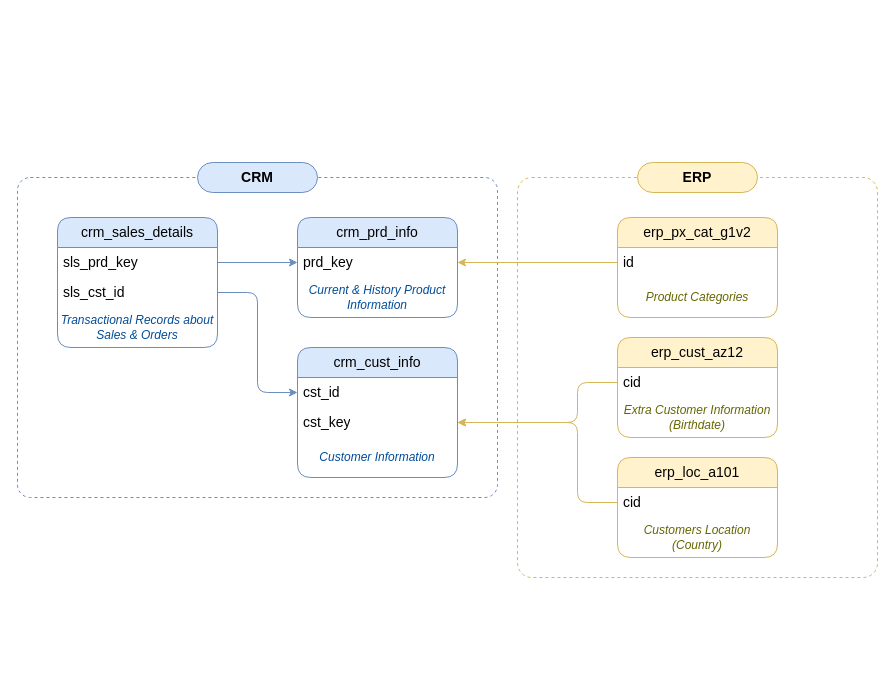
Above: page "Integration Model" (3 of 4) of docs/warehouse-architecture.drawio in sohaib-atef/sql-data-warehouse-project (draw.io), before the change. Source tidied: cells renumbered, new cells numbered last; positions are measured from the earlier drawing's top-left corner, leaving out a move shared by most shapes. Both pictures are drawn from the tidied source at 100%, with x=0, y=0 at pixel (17, 162).
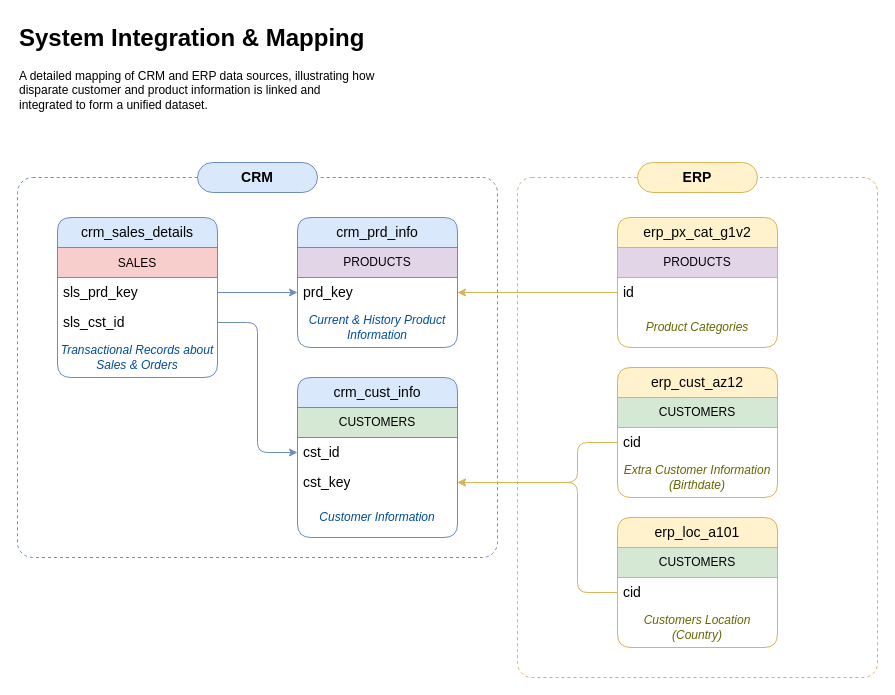
The same diagram, later.

Commit message (it also covers changes not shown here):
Finalized the data catalog, naming and the architechure diagrmas on drawio and exported the diagrams to an HTML file

Change to the diagram source:
```diff
@@
     <mxCell id="2" style="rounded=1;whiteSpace=wrap;html=1;arcSize=4;fillColor=#FFFFFF;strokeColor=#d6b656;dashed=1;" parent="1" vertex="1">
-      <mxGeometry x="500" y="15" width="360" height="400" as="geometry" />
+      <mxGeometry x="500" y="15" width="360" height="500" as="geometry" />
     </mxCell>
     <mxCell id="3" style="rounded=1;whiteSpace=wrap;html=1;arcSize=4;fillColor=#FFFFFF;strokeColor=#6c8ebf;dashed=1;" parent="1" vertex="1">
-      <mxGeometry y="15" width="480" height="320" as="geometry" />
+      <mxGeometry y="15" width="480" height="380" as="geometry" />
     </mxCell>
     <mxCell id="4" value="crm_cust_info" style="swimlane;fontStyle=0;horizontal=1;startSize=30;whiteSpace=wrap;html=1;rounded=1;fillColor=#dae8fc;strokeColor=#6c8ebf;fontSize=14;" parent="1" vertex="1">
-      <mxGeometry x="280" y="185" width="160" height="130" as="geometry" />
+      <mxGeometry x="280" y="215" width="160" height="160" as="geometry" />
     </mxCell>
+    <mxCell id="31" value="&lt;font&gt;CUSTOMERS&lt;/font&gt;" style="text;html=1;strokeColor=#6C8EBF;fillColor=#d5e8d4;align=center;verticalAlign=middle;whiteSpace=wrap;overflow=hidden;fontSize=12;" parent="4" vertex="1">
+      <mxGeometry y="30" width="160" height="30" as="geometry" />
+    </mxCell>
     <mxCell id="5" value="cst_id" style="text;strokeColor=none;fillColor=none;align=left;verticalAlign=middle;spacingLeft=4;spacingRight=4;overflow=hidden;points=[[0,0.5],[1,0.5]];portConstraint=eastwest;whiteSpace=wrap;html=1;fontSize=14;" parent="4" vertex="1">
-      <mxGeometry y="30" width="160" height="30" as="geometry" />
+      <mxGeometry y="60" width="160" height="30" as="geometry" />
     </mxCell>
     <mxCell id="6" value="cst_key" style="text;strokeColor=none;fillColor=none;align=left;verticalAlign=middle;spacingLeft=4;spacingRight=4;overflow=hidden;points=[[0,0.5],[1,0.5]];portConstraint=eastwest;whiteSpace=wrap;html=1;fontSize=14;" parent="4" vertex="1">
-      <mxGeometry y="60" width="160" height="30" as="geometry" />
+      <mxGeometry y="90" width="160" height="30" as="geometry" />
     </mxCell>
     <mxCell id="7" value="Customer Information" style="text;html=1;whiteSpace=wrap;strokeColor=none;fillColor=none;align=center;verticalAlign=middle;rounded=1;fontColor=#004C99;spacingTop=0;labelBackgroundColor=none;labelBorderColor=none;textShadow=0;fontStyle=2;" parent="4" vertex="1">
-      <mxGeometry y="90" width="160" height="40" as="geometry" />
+      <mxGeometry y="120" width="160" height="40" as="geometry" />
     </mxCell>
     <mxCell id="8" value="crm_prd_info" style="swimlane;fontStyle=0;horizontal=1;startSize=30;whiteSpace=wrap;html=1;rounded=1;fillColor=#dae8fc;strokeColor=#6c8ebf;fontSize=14;" parent="1" vertex="1">
-      <mxGeometry x="280" y="55" width="160" height="100" as="geometry" />
+      <mxGeometry x="280" y="55" width="160" height="130" as="geometry" />
     </mxCell>
+    <mxCell id="32" value="PRODUCTS" style="text;html=1;strokeColor=#6C8EBF;fillColor=#e1d5e7;align=center;verticalAlign=middle;whiteSpace=wrap;overflow=hidden;fontStyle=0;fontSize=12;" parent="8" vertex="1">
+      <mxGeometry y="30" width="160" height="30" as="geometry" />
+    </mxCell>
     <mxCell id="9" value="prd_key" style="text;strokeColor=none;fillColor=none;align=left;verticalAlign=middle;spacingLeft=4;spacingRight=4;overflow=hidden;points=[[0,0.5],[1,0.5]];portConstraint=eastwest;whiteSpace=wrap;html=1;fontSize=14;" parent="8" vertex="1">
-      <mxGeometry y="30" width="160" height="30" as="geometry" />
+      <mxGeometry y="60" width="160" height="30" as="geometry" />
     </mxCell>
     <mxCell id="10" value="Current &amp;amp; History Product Information" style="text;html=1;whiteSpace=wrap;strokeColor=none;fillColor=none;align=center;verticalAlign=middle;rounded=1;fontColor=#004C99;spacingTop=0;labelBackgroundColor=none;labelBorderColor=none;textShadow=0;fontStyle=2;" parent="8" vertex="1">
-      <mxGeometry y="60" width="160" height="40" as="geometry" />
+      <mxGeometry y="90" width="160" height="40" as="geometry" />
     </mxCell>
     <mxCell id="11" value="crm_sales_details" style="swimlane;fontStyle=0;horizontal=1;startSize=30;whiteSpace=wrap;html=1;rounded=1;fillColor=#dae8fc;strokeColor=#6c8ebf;fontSize=14;" parent="1" vertex="1">
-      <mxGeometry x="40" y="55" width="160" height="130" as="geometry" />
+      <mxGeometry x="40" y="55" width="160" height="160" as="geometry" />
     </mxCell>
+    <mxCell id="33" value="&lt;font style=&quot;font-size: 12px;&quot;&gt;SALES&lt;/font&gt;" style="text;html=1;strokeColor=#6C8EBF;fillColor=#f8cecc;align=center;verticalAlign=middle;whiteSpace=wrap;overflow=hidden;fontSize=14;" parent="11" vertex="1">
+      <mxGeometry y="30" width="160" height="30" as="geometry" />
+    </mxCell>
     <mxCell id="12" value="sls_prd_key" style="text;strokeColor=none;fillColor=none;align=left;verticalAlign=middle;spacingLeft=4;spacingRight=4;overflow=hidden;points=[[0,0.5],[1,0.5]];portConstraint=eastwest;whiteSpace=wrap;html=1;fontSize=14;" parent="11" vertex="1">
-      <mxGeometry y="30" width="160" height="30" as="geometry" />
+      <mxGeometry y="60" width="160" height="30" as="geometry" />
     </mxCell>
     <mxCell id="13" value="sls_cst_id" style="text;strokeColor=none;fillColor=none;align=left;verticalAlign=middle;spacingLeft=4;spacingRight=4;overflow=hidden;points=[[0,0.5],[1,0.5]];portConstraint=eastwest;whiteSpace=wrap;html=1;fontSize=14;" parent="11" vertex="1">
-      <mxGeometry y="60" width="160" height="30" as="geometry" />
+      <mxGeometry y="90" width="160" height="30" as="geometry" />
     </mxCell>
     <mxCell id="14" value="Transactional Records about Sales &amp;amp; Orders" style="text;html=1;whiteSpace=wrap;strokeColor=none;fillColor=none;align=center;verticalAlign=middle;rounded=1;fontColor=#004C99;spacingTop=0;labelBackgroundColor=none;labelBorderColor=none;textShadow=0;fontStyle=2;" parent="11" vertex="1">
-      <mxGeometry y="90" width="160" height="40" as="geometry" />
+      <mxGeometry y="120" width="160" height="40" as="geometry" />
     </mxCell>
@@
     <mxCell id="17" value="erp_cust_az12" style="swimlane;fontStyle=0;horizontal=1;startSize=30;whiteSpace=wrap;html=1;rounded=1;fillColor=#fff2cc;strokeColor=#d6b656;fontSize=14;" parent="1" vertex="1">
-      <mxGeometry x="600" y="175" width="160" height="100" as="geometry" />
+      <mxGeometry x="600" y="205" width="160" height="130" as="geometry" />
     </mxCell>
+    <mxCell id="34" value="&lt;font&gt;CUSTOMERS&lt;/font&gt;" style="text;html=1;strokeColor=#D6B656;fillColor=#d5e8d4;align=center;verticalAlign=middle;whiteSpace=wrap;overflow=hidden;" parent="17" vertex="1">
+      <mxGeometry y="30" width="160" height="30" as="geometry" />
+    </mxCell>
     <mxCell id="18" value="cid" style="text;strokeColor=none;fillColor=none;align=left;verticalAlign=middle;spacingLeft=4;spacingRight=4;overflow=hidden;points=[[0,0.5],[1,0.5]];portConstraint=eastwest;whiteSpace=wrap;html=1;fontSize=14;" parent="17" vertex="1">
-      <mxGeometry y="30" width="160" height="30" as="geometry" />
+      <mxGeometry y="60" width="160" height="30" as="geometry" />
     </mxCell>
     <mxCell id="19" value="Extra Customer Information (Birthdate)" style="text;html=1;whiteSpace=wrap;strokeColor=none;fillColor=none;align=center;verticalAlign=middle;rounded=1;fontColor=#666600;spacingTop=0;labelBackgroundColor=none;labelBorderColor=none;textShadow=0;fontStyle=2;" parent="17" vertex="1">
-      <mxGeometry y="60" width="160" height="40" as="geometry" />
+      <mxGeometry y="90" width="160" height="40" as="geometry" />
     </mxCell>
     <mxCell id="20" value="erp_loc_a101" style="swimlane;fontStyle=0;horizontal=1;startSize=30;whiteSpace=wrap;html=1;rounded=1;fillColor=#fff2cc;strokeColor=#d6b656;fontSize=14;" parent="1" vertex="1">
-      <mxGeometry x="600" y="295" width="160" height="100" as="geometry" />
+      <mxGeometry x="600" y="355" width="160" height="130" as="geometry" />
     </mxCell>
+    <mxCell id="35" value="&lt;font&gt;CUSTOMERS&lt;/font&gt;" style="text;html=1;strokeColor=#D6B656;fillColor=#d5e8d4;align=center;verticalAlign=middle;whiteSpace=wrap;overflow=hidden;fontSize=12;" parent="20" vertex="1">
+      <mxGeometry y="30" width="160" height="30" as="geometry" />
+    </mxCell>
     <mxCell id="21" value="cid" style="text;strokeColor=none;fillColor=none;align=left;verticalAlign=middle;spacingLeft=4;spacingRight=4;overflow=hidden;points=[[0,0.5],[1,0.5]];portConstraint=eastwest;whiteSpace=wrap;html=1;fontSize=14;" parent="20" vertex="1">
-      <mxGeometry y="30" width="160" height="30" as="geometry" />
+      <mxGeometry y="60" width="160" height="30" as="geometry" />
     </mxCell>
     <mxCell id="22" value="Customers Location (Country)" style="text;html=1;whiteSpace=wrap;strokeColor=none;fillColor=none;align=center;verticalAlign=middle;rounded=1;fontColor=#666600;spacingTop=0;labelBackgroundColor=none;labelBorderColor=none;textShadow=0;fontStyle=2;" parent="20" vertex="1">
-      <mxGeometry y="60" width="160" height="40" as="geometry" />
+      <mxGeometry y="90" width="160" height="40" as="geometry" />
     </mxCell>
     <mxCell id="23" value="erp_px_cat_g1v2" style="swimlane;fontStyle=0;horizontal=1;startSize=30;whiteSpace=wrap;html=1;rounded=1;fillColor=#fff2cc;strokeColor=#d6b656;fontSize=14;" parent="1" vertex="1">
-      <mxGeometry x="600" y="55" width="160" height="100" as="geometry" />
+      <mxGeometry x="600" y="55" width="160" height="130" as="geometry" />
     </mxCell>
+    <mxCell id="36" value="&lt;font&gt;PRODUCTS&lt;/font&gt;" style="text;html=1;strokeColor=#D6B656;fillColor=#e1d5e7;align=center;verticalAlign=middle;whiteSpace=wrap;overflow=hidden;fontSize=12;" parent="23" vertex="1">
+      <mxGeometry y="30" width="160" height="30" as="geometry" />
+    </mxCell>
     <mxCell id="24" value="id" style="text;strokeColor=none;fillColor=none;align=left;verticalAlign=middle;spacingLeft=4;spacingRight=4;overflow=hidden;points=[[0,0.5],[1,0.5]];portConstraint=eastwest;whiteSpace=wrap;html=1;fontSize=14;" parent="23" vertex="1">
-      <mxGeometry y="30" width="160" height="30" as="geometry" />
+      <mxGeometry y="60" width="160" height="30" as="geometry" />
     </mxCell>
     <mxCell id="25" value="Product Categories" style="text;html=1;whiteSpace=wrap;strokeColor=none;fillColor=none;align=center;verticalAlign=middle;rounded=1;fontColor=#666600;spacingTop=0;labelBackgroundColor=none;labelBorderColor=none;textShadow=0;fontStyle=2;" parent="23" vertex="1">
-      <mxGeometry y="60" width="160" height="40" as="geometry" />
+      <mxGeometry y="90" width="160" height="40" as="geometry" />
     </mxCell>
     <mxCell id="26" style="edgeStyle=orthogonalEdgeStyle;rounded=1;jettySize=auto;html=1;exitX=0;exitY=0.5;exitDx=0;exitDy=0;entryX=1;entryY=0.5;entryDx=0;entryDy=0;curved=0;fillColor=#fff2cc;strokeColor=#d6b656;" parent="1" edge="1" source="18" target="6">
       <mxGeometry relative="1" as="geometry">
         <Array as="points">
-          <mxPoint x="560" y="220" />
-          <mxPoint x="560" y="260" />
+          <mxPoint x="560" y="280" />
+          <mxPoint x="560" y="320" />
         </Array>
       </mxGeometry>
     </mxCell>
     <mxCell id="27" style="edgeStyle=orthogonalEdgeStyle;rounded=1;jettySize=auto;html=1;exitX=0;exitY=0.5;exitDx=0;exitDy=0;entryX=1;entryY=0.5;entryDx=0;entryDy=0;fillColor=#fff2cc;strokeColor=#d6b656;curved=0;" parent="1" edge="1" source="21" target="6">
       <mxGeometry relative="1" as="geometry">
         <Array as="points">
-          <mxPoint x="560" y="340" />
-          <mxPoint x="560" y="260" />
+          <mxPoint x="560" y="430" />
+          <mxPoint x="560" y="320" />
         </Array>
       </mxGeometry>
     </mxCell>
@@
+    <mxCell id="37" value="&lt;h1 style=&quot;margin-top: 0px;&quot;&gt;System Integration &amp;amp; Mapping&lt;/h1&gt;&lt;p&gt;A detailed mapping of CRM and ERP data sources, illustrating how disparate customer and product information is linked and integrated to form a unified dataset.&lt;/p&gt;" style="text;html=1;whiteSpace=wrap;overflow=hidden;rounded=0;" parent="1" vertex="1">
+      <mxGeometry y="-145" width="360" height="120" as="geometry" />
+    </mxCell>
```
